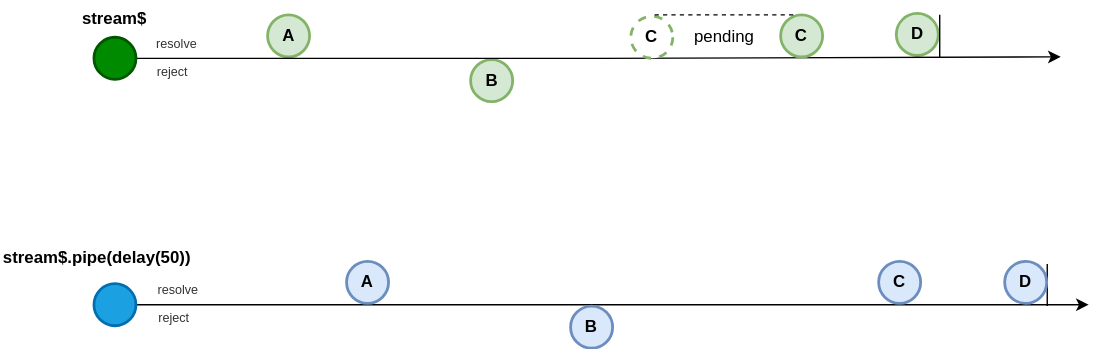
Before: docs/public/delay.drawio.svg, a diagram exported from draw.io (fluthjs/fluth-doc). Source tidied: cells renumbered, new cells last; positions are measured from the earlier drawing's top-left corner, leaving out a move shared by most shapes.
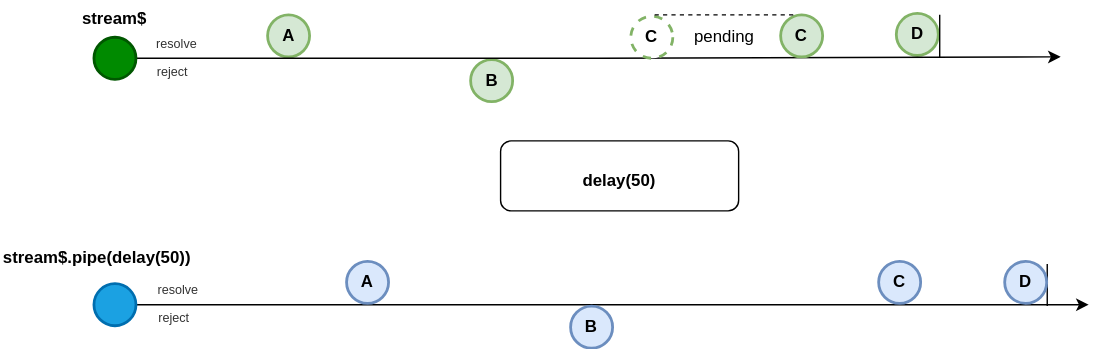
After the commit.

Diff of the diagram source:
```diff
@@ -84,5 +84,14 @@
     <mxCell id="24" value="&lt;span style=&quot;color: rgb(0, 0, 0);&quot;&gt;D&lt;/span&gt;" style="ellipse;whiteSpace=wrap;html=1;strokeWidth=2;fontStyle=1;fillColor=#dae8fc;strokeColor=#6c8ebf;" parent="1" vertex="1">
       <mxGeometry x="718" y="186" width="30" height="30" as="geometry" />
     </mxCell>
+    <mxCell id="25" style="group;" parent="1" vertex="1">
+      <mxGeometry x="358" y="100" width="170" height="50" as="geometry" />
+    </mxCell>
+    <mxCell id="26" style="rounded=1;whiteSpace=wrap;html=1;" parent="25" vertex="1">
+      <mxGeometry width="170" height="50" as="geometry" />
+    </mxCell>
+    <mxCell id="27" value="delay(50)" style="text;whiteSpace=wrap;strokeWidth=1;fontStyle=1;align=center;" parent="25" vertex="1">
+      <mxGeometry x="14.8" y="15" width="140.4" height="20" as="geometry" />
+    </mxCell>
   </root>
 </mxGraphModel>
```
